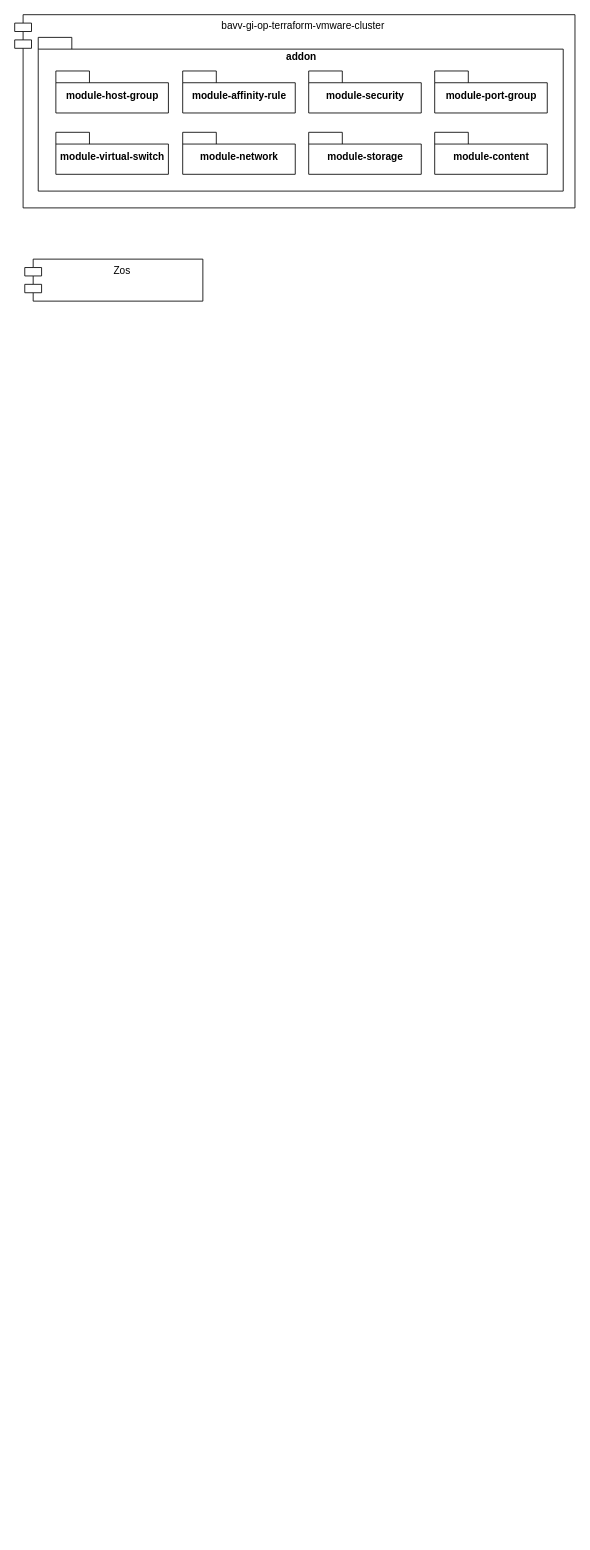
Above: images/implementacion-iac.drawio in fjroldan/diagrams (draw.io), before the change. Source tidied: cells renumbered, new cells numbered last; positions are measured from the earlier drawing's top-left corner, leaving out a move shared by most shapes. Both pictures are drawn from the tidied source at 84%, with x=0, y=0 at pixel (14, 14).
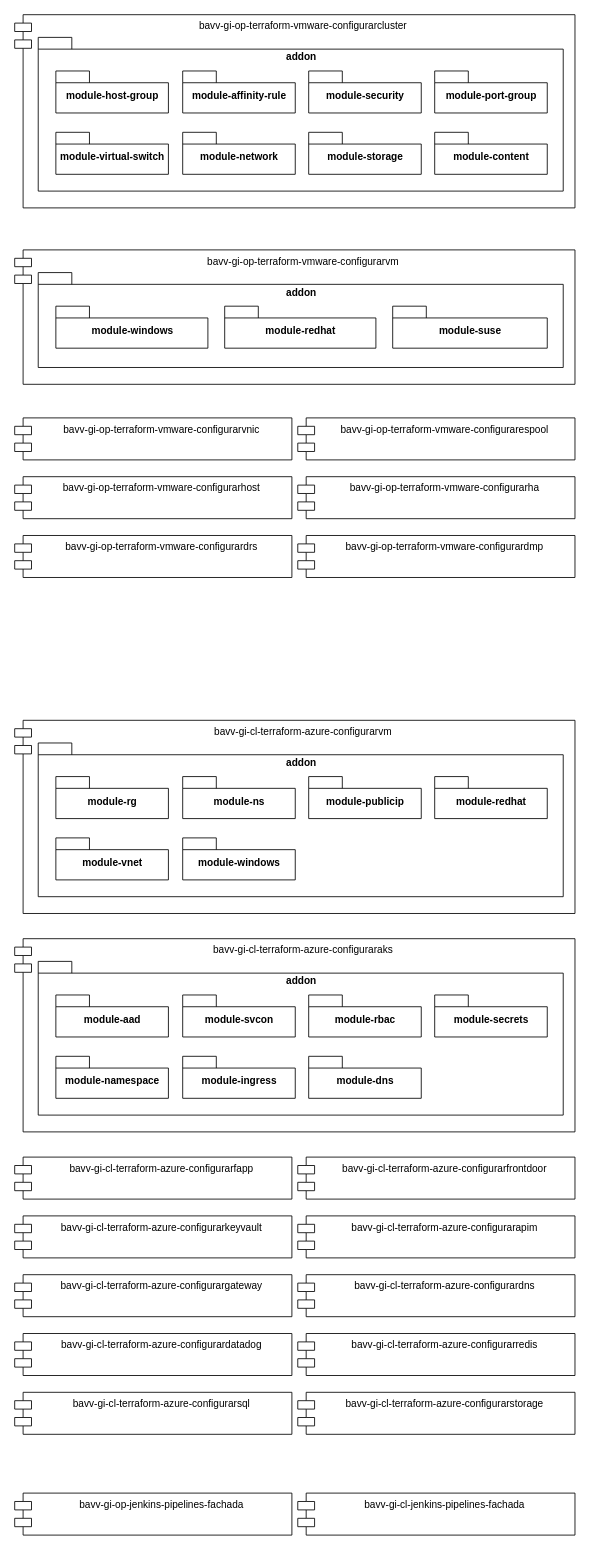
After the change.

Change to the diagram source:
```diff
@@
-    <mxCell id="2" value="bavv-gi-op-terraform-vmware-cluster" style="shape=module;align=left;spacingLeft=20;align=center;verticalAlign=top;" parent="1" vertex="1">
+    <mxCell id="2" value="bavv-gi-op-terraform-vmware-configurarcluster" style="shape=module;align=left;spacingLeft=20;align=center;verticalAlign=top;" parent="1" vertex="1">
       <mxGeometry width="667" height="230" as="geometry" />
     </mxCell>
-    <mxCell id="3" value="Zos" style="shape=module;align=left;spacingLeft=20;align=center;verticalAlign=top;" parent="1" vertex="1">
-      <mxGeometry x="12" y="291" width="212" height="50" as="geometry" />
-    </mxCell>
@@
+    <mxCell id="13" value="bavv-gi-op-terraform-vmware-configurarvm" style="shape=module;align=left;spacingLeft=20;align=center;verticalAlign=top;" parent="1" vertex="1">
+      <mxGeometry y="280" width="667" height="160" as="geometry" />
+    </mxCell>
+    <mxCell id="14" value="addon" style="shape=folder;fontStyle=1;spacingTop=10;tabWidth=40;tabHeight=14;tabPosition=left;html=1;verticalAlign=top;" parent="1" vertex="1">
+      <mxGeometry x="28" y="307" width="625" height="113" as="geometry" />
+    </mxCell>
+    <mxCell id="15" value="module-windows" style="shape=folder;fontStyle=1;spacingTop=10;tabWidth=40;tabHeight=14;tabPosition=left;html=1;" parent="1" vertex="1">
+      <mxGeometry x="49" y="347" width="181" height="50" as="geometry" />
+    </mxCell>
+    <mxCell id="16" value="module-redhat" style="shape=folder;fontStyle=1;spacingTop=10;tabWidth=40;tabHeight=14;tabPosition=left;html=1;" parent="1" vertex="1">
+      <mxGeometry x="250" y="347" width="180" height="50" as="geometry" />
+    </mxCell>
+    <mxCell id="17" value="module-suse" style="shape=folder;fontStyle=1;spacingTop=10;tabWidth=40;tabHeight=14;tabPosition=left;html=1;" parent="1" vertex="1">
+      <mxGeometry x="450" y="347" width="184" height="50" as="geometry" />
+    </mxCell>
+    <mxCell id="18" value="bavv-gi-op-terraform-vmware-configurarvnic" style="shape=module;align=left;spacingLeft=20;align=center;verticalAlign=top;" parent="1" vertex="1">
+      <mxGeometry y="480" width="330" height="50" as="geometry" />
+    </mxCell>
+    <mxCell id="19" value="bavv-gi-op-terraform-vmware-configurarespool" style="shape=module;align=left;spacingLeft=20;align=center;verticalAlign=top;" parent="1" vertex="1">
+      <mxGeometry x="337" y="480" width="330" height="50" as="geometry" />
+    </mxCell>
+    <mxCell id="20" value="bavv-gi-op-terraform-vmware-configurarhost" style="shape=module;align=left;spacingLeft=20;align=center;verticalAlign=top;" parent="1" vertex="1">
+      <mxGeometry y="550" width="330" height="50" as="geometry" />
+    </mxCell>
+    <mxCell id="21" value="bavv-gi-op-terraform-vmware-configurarha" style="shape=module;align=left;spacingLeft=20;align=center;verticalAlign=top;" parent="1" vertex="1">
+      <mxGeometry x="337" y="550" width="330" height="50" as="geometry" />
+    </mxCell>
+    <mxCell id="22" value="bavv-gi-op-terraform-vmware-configurardrs" style="shape=module;align=left;spacingLeft=20;align=center;verticalAlign=top;" parent="1" vertex="1">
+      <mxGeometry y="620" width="330" height="50" as="geometry" />
+    </mxCell>
+    <mxCell id="23" value="bavv-gi-op-terraform-vmware-configurardmp" style="shape=module;align=left;spacingLeft=20;align=center;verticalAlign=top;" parent="1" vertex="1">
+      <mxGeometry x="337" y="620" width="330" height="50" as="geometry" />
+    </mxCell>
+    <mxCell id="24" value="bavv-gi-cl-terraform-azure-configurarvm" style="shape=module;align=left;spacingLeft=20;align=center;verticalAlign=top;" parent="1" vertex="1">
+      <mxGeometry y="840" width="667" height="230" as="geometry" />
+    </mxCell>
+    <mxCell id="25" value="addon" style="shape=folder;fontStyle=1;spacingTop=10;tabWidth=40;tabHeight=14;tabPosition=left;html=1;verticalAlign=top;" parent="1" vertex="1">
+      <mxGeometry x="28" y="867" width="625" height="183" as="geometry" />
+    </mxCell>
+    <mxCell id="26" value="module-rg" style="shape=folder;fontStyle=1;spacingTop=10;tabWidth=40;tabHeight=14;tabPosition=left;html=1;" parent="1" vertex="1">
+      <mxGeometry x="49" y="907" width="134" height="50" as="geometry" />
+    </mxCell>
+    <mxCell id="27" value="module-ns" style="shape=folder;fontStyle=1;spacingTop=10;tabWidth=40;tabHeight=14;tabPosition=left;html=1;" parent="1" vertex="1">
+      <mxGeometry x="200" y="907" width="134" height="50" as="geometry" />
+    </mxCell>
+    <mxCell id="28" value="module-publicip" style="shape=folder;fontStyle=1;spacingTop=10;tabWidth=40;tabHeight=14;tabPosition=left;html=1;" parent="1" vertex="1">
+      <mxGeometry x="350" y="907" width="134" height="50" as="geometry" />
+    </mxCell>
+    <mxCell id="29" value="module-redhat" style="shape=folder;fontStyle=1;spacingTop=10;tabWidth=40;tabHeight=14;tabPosition=left;html=1;" parent="1" vertex="1">
+      <mxGeometry x="500" y="907" width="134" height="50" as="geometry" />
+    </mxCell>
+    <mxCell id="30" value="module-vnet" style="shape=folder;fontStyle=1;spacingTop=10;tabWidth=40;tabHeight=14;tabPosition=left;html=1;" parent="1" vertex="1">
+      <mxGeometry x="49" y="980" width="134" height="50" as="geometry" />
+    </mxCell>
+    <mxCell id="31" value="module-windows" style="shape=folder;fontStyle=1;spacingTop=10;tabWidth=40;tabHeight=14;tabPosition=left;html=1;" parent="1" vertex="1">
+      <mxGeometry x="200" y="980" width="134" height="50" as="geometry" />
+    </mxCell>
+    <mxCell id="32" value="bavv-gi-cl-terraform-azure-configuraraks" style="shape=module;align=left;spacingLeft=20;align=center;verticalAlign=top;" parent="1" vertex="1">
+      <mxGeometry y="1100" width="667" height="230" as="geometry" />
+    </mxCell>
+    <mxCell id="33" value="addon" style="shape=folder;fontStyle=1;spacingTop=10;tabWidth=40;tabHeight=14;tabPosition=left;html=1;verticalAlign=top;" parent="1" vertex="1">
+      <mxGeometry x="28" y="1127" width="625" height="183" as="geometry" />
+    </mxCell>
+    <mxCell id="34" value="module-aad" style="shape=folder;fontStyle=1;spacingTop=10;tabWidth=40;tabHeight=14;tabPosition=left;html=1;" parent="1" vertex="1">
+      <mxGeometry x="49" y="1167" width="134" height="50" as="geometry" />
+    </mxCell>
+    <mxCell id="35" value="module-svcon" style="shape=folder;fontStyle=1;spacingTop=10;tabWidth=40;tabHeight=14;tabPosition=left;html=1;" parent="1" vertex="1">
+      <mxGeometry x="200" y="1167" width="134" height="50" as="geometry" />
+    </mxCell>
+    <mxCell id="36" value="module-rbac" style="shape=folder;fontStyle=1;spacingTop=10;tabWidth=40;tabHeight=14;tabPosition=left;html=1;" parent="1" vertex="1">
+      <mxGeometry x="350" y="1167" width="134" height="50" as="geometry" />
+    </mxCell>
+    <mxCell id="37" value="module-secrets" style="shape=folder;fontStyle=1;spacingTop=10;tabWidth=40;tabHeight=14;tabPosition=left;html=1;" parent="1" vertex="1">
+      <mxGeometry x="500" y="1167" width="134" height="50" as="geometry" />
+    </mxCell>
+    <mxCell id="38" value="module-namespace" style="shape=folder;fontStyle=1;spacingTop=10;tabWidth=40;tabHeight=14;tabPosition=left;html=1;" parent="1" vertex="1">
+      <mxGeometry x="49" y="1240" width="134" height="50" as="geometry" />
+    </mxCell>
+    <mxCell id="39" value="module-ingress" style="shape=folder;fontStyle=1;spacingTop=10;tabWidth=40;tabHeight=14;tabPosition=left;html=1;" parent="1" vertex="1">
+      <mxGeometry x="200" y="1240" width="134" height="50" as="geometry" />
+    </mxCell>
+    <mxCell id="40" value="module-dns" style="shape=folder;fontStyle=1;spacingTop=10;tabWidth=40;tabHeight=14;tabPosition=left;html=1;" parent="1" vertex="1">
+      <mxGeometry x="350" y="1240" width="134" height="50" as="geometry" />
+    </mxCell>
+    <mxCell id="41" value="bavv-gi-cl-terraform-azure-configurarfapp" style="shape=module;align=left;spacingLeft=20;align=center;verticalAlign=top;" parent="1" vertex="1">
+      <mxGeometry y="1360" width="330" height="50" as="geometry" />
+    </mxCell>
+    <mxCell id="42" value="bavv-gi-cl-terraform-azure-configurarfrontdoor" style="shape=module;align=left;spacingLeft=20;align=center;verticalAlign=top;" parent="1" vertex="1">
+      <mxGeometry x="337" y="1360" width="330" height="50" as="geometry" />
+    </mxCell>
+    <mxCell id="43" value="bavv-gi-cl-terraform-azure-configurarkeyvault" style="shape=module;align=left;spacingLeft=20;align=center;verticalAlign=top;" parent="1" vertex="1">
+      <mxGeometry y="1430" width="330" height="50" as="geometry" />
+    </mxCell>
+    <mxCell id="44" value="bavv-gi-cl-terraform-azure-configurarapim" style="shape=module;align=left;spacingLeft=20;align=center;verticalAlign=top;" parent="1" vertex="1">
+      <mxGeometry x="337" y="1430" width="330" height="50" as="geometry" />
+    </mxCell>
+    <mxCell id="45" value="bavv-gi-cl-terraform-azure-configurargateway" style="shape=module;align=left;spacingLeft=20;align=center;verticalAlign=top;" parent="1" vertex="1">
+      <mxGeometry y="1500" width="330" height="50" as="geometry" />
+    </mxCell>
+    <mxCell id="46" value="bavv-gi-cl-terraform-azure-configurardns" style="shape=module;align=left;spacingLeft=20;align=center;verticalAlign=top;" parent="1" vertex="1">
+      <mxGeometry x="337" y="1500" width="330" height="50" as="geometry" />
+    </mxCell>
+    <mxCell id="47" value="bavv-gi-cl-terraform-azure-configurardatadog" style="shape=module;align=left;spacingLeft=20;align=center;verticalAlign=top;" parent="1" vertex="1">
+      <mxGeometry y="1570" width="330" height="50" as="geometry" />
+    </mxCell>
+    <mxCell id="48" value="bavv-gi-cl-terraform-azure-configurarredis" style="shape=module;align=left;spacingLeft=20;align=center;verticalAlign=top;" parent="1" vertex="1">
+      <mxGeometry x="337" y="1570" width="330" height="50" as="geometry" />
+    </mxCell>
+    <mxCell id="49" value="bavv-gi-cl-terraform-azure-configurarsql" style="shape=module;align=left;spacingLeft=20;align=center;verticalAlign=top;" parent="1" vertex="1">
+      <mxGeometry y="1640" width="330" height="50" as="geometry" />
+    </mxCell>
+    <mxCell id="50" value="bavv-gi-cl-terraform-azure-configurarstorage" style="shape=module;align=left;spacingLeft=20;align=center;verticalAlign=top;" parent="1" vertex="1">
+      <mxGeometry x="337" y="1640" width="330" height="50" as="geometry" />
+    </mxCell>
+    <mxCell id="51" value="bavv-gi-op-jenkins-pipelines-fachada" style="shape=module;align=left;spacingLeft=20;align=center;verticalAlign=top;" parent="1" vertex="1">
+      <mxGeometry y="1760" width="330" height="50" as="geometry" />
+    </mxCell>
+    <mxCell id="52" value="bavv-gi-cl-jenkins-pipelines-fachada" style="shape=module;align=left;spacingLeft=20;align=center;verticalAlign=top;" parent="1" vertex="1">
+      <mxGeometry x="337" y="1760" width="330" height="50" as="geometry" />
+    </mxCell>
```
